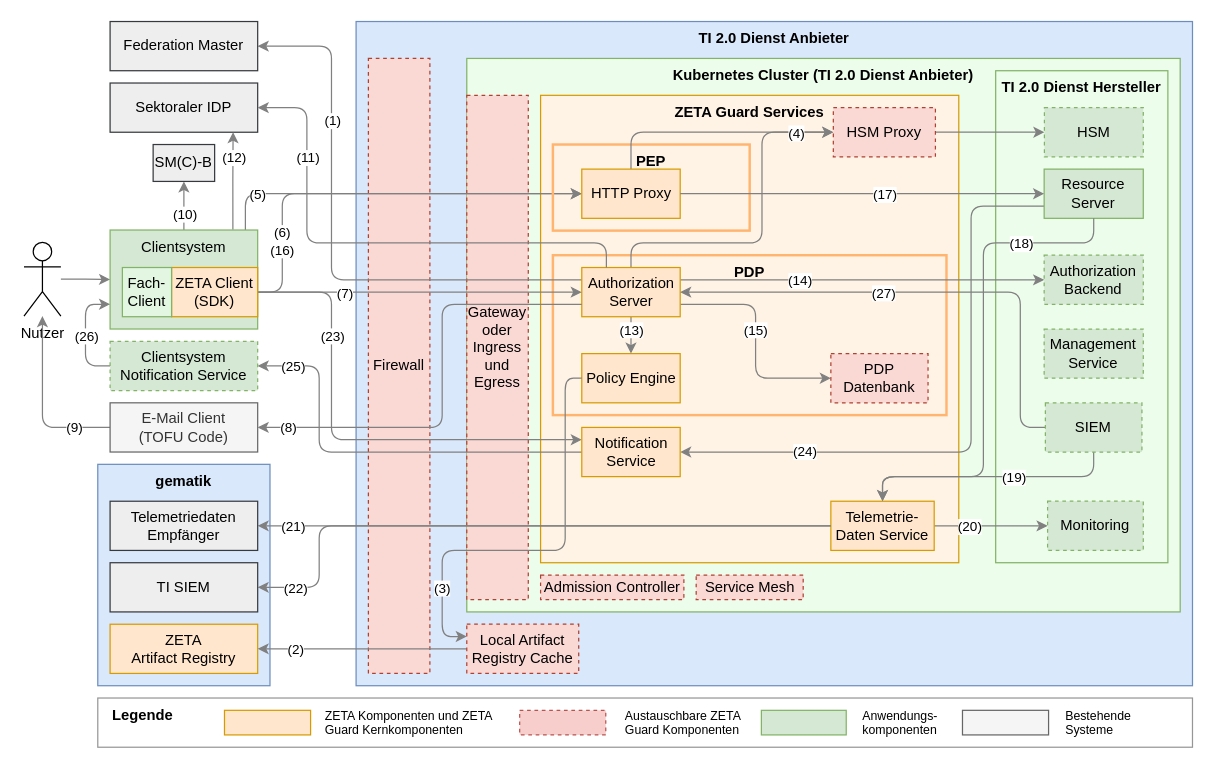
Earlier version of the draw.io diagram src/drawio/Zero-Trust-Architektur.drawio (gematik/zeta). Source tidied: cells renumbered, new cells numbered last; positions are measured from the earlier drawing's top-left corner, leaving out a move shared by most shapes. Both pictures are drawn from the tidied source at 123%, with x=0, y=0 at pixel (23, 21).
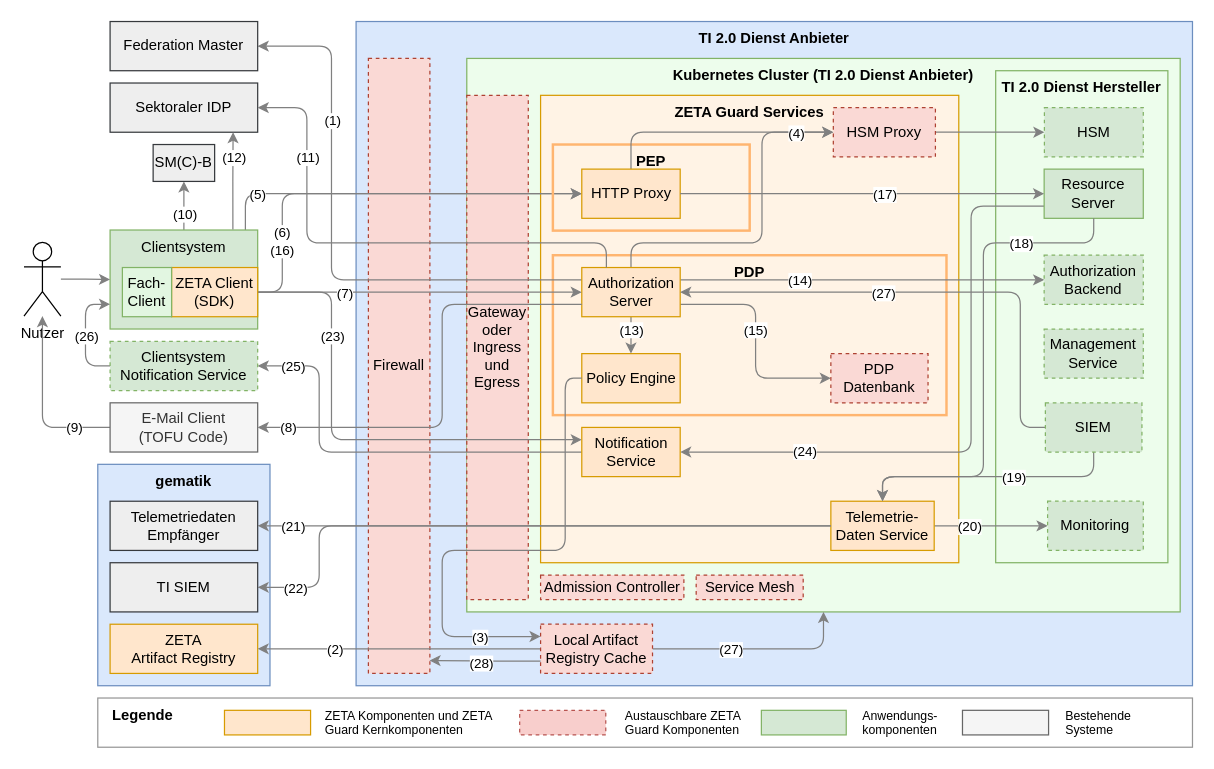
The same page after the edit.

Commit message:
feat: Add two new connections to the Zero-Trust-Architektur diagram.

The change refers to these unchanged cells:
```xml
<mxCell id="3" value="&lt;b&gt;Kubernetes Cluster (&lt;/b&gt;&lt;b&gt;TI 2.0 Dienst Anbieter&lt;/b&gt;&lt;b&gt;)&lt;/b&gt;" style="rounded=0;whiteSpace=wrap;html=1;fillColor=#edfdec;strokeColor=#82b366;align=center;verticalAlign=top;" parent="1" vertex="1">
  <mxGeometry x="360" y="30" width="580" height="450" as="geometry" />
</mxCell>
<mxCell id="7" value="&lt;div&gt;Firewall&lt;/div&gt;" style="rounded=0;whiteSpace=wrap;html=1;verticalAlign=middle;dashed=1;fillColor=#fad9d5;strokeColor=#ae4132;" parent="1" vertex="1">
  <mxGeometry x="280" y="30" width="50" height="500" as="geometry" />
</mxCell>
<mxCell id="22" style="edgeStyle=orthogonalEdgeStyle;rounded=1;jettySize=auto;html=1;entryX=0;entryY=0.25;entryDx=0;entryDy=0;exitX=0;exitY=0.5;exitDx=0;exitDy=0;curved=0;strokeColor=#808080;" parent="1" edge="1" source="6" target="100">
  <mxGeometry relative="1" as="geometry">
    <Array as="points">
      <mxPoint x="440" y="290" />
      <mxPoint x="440" y="430" />
      <mxPoint x="340" y="430" />
      <mxPoint x="340" y="500" />
    </Array>
  </mxGeometry>
</mxCell>
```

Diff of the diagram source:
```diff
@@
     <mxCell id="23" value="(3)" style="edgeLabel;html=1;align=center;verticalAlign=middle;" parent="22" vertex="1">
       <mxGeometry x="0.45" y="-1" relative="1" as="geometry">
-        <mxPoint x="-5" y="31" as="offset" />
+        <mxPoint x="31" y="31" as="offset" />
       </mxGeometry>
     </mxCell>
@@
+    <mxCell id="103" style="edgeStyle=orthogonalEdgeStyle;html=1;entryX=0.5;entryY=1;entryDx=0;entryDy=0;strokeColor=#808080;" parent="1" edge="1" source="100" target="3">
+      <mxGeometry relative="1" as="geometry">
+        <Array as="points">
+          <mxPoint x="650" y="510" />
+        </Array>
+      </mxGeometry>
+    </mxCell>
+    <mxCell id="104" value="(27)" style="edgeLabel;html=1;align=center;verticalAlign=middle;" parent="103" vertex="1">
+      <mxGeometry x="-0.26" relative="1" as="geometry" />
+    </mxCell>
     <mxCell id="100" value="Local Artifact Registry Cache" style="rounded=0;whiteSpace=wrap;html=1;dashed=1;fillColor=#fad9d5;strokeColor=#ae4132;" parent="1" vertex="1">
-      <mxGeometry x="360" y="490" width="91" height="40" as="geometry" />
+      <mxGeometry x="420" y="490" width="91" height="40" as="geometry" />
     </mxCell>
@@
+    <mxCell id="105" style="edgeStyle=orthogonalEdgeStyle;html=1;entryX=0.994;entryY=0.979;entryDx=0;entryDy=0;entryPerimeter=0;strokeColor=#808080;exitX=0;exitY=0.75;exitDx=0;exitDy=0;" parent="1" edge="1" source="100" target="7">
+      <mxGeometry relative="1" as="geometry" />
+    </mxCell>
+    <mxCell id="106" value="(28)" style="edgeLabel;html=1;align=center;verticalAlign=middle;" parent="105" vertex="1">
+      <mxGeometry x="-0.07" y="1" relative="1" as="geometry">
+        <mxPoint x="-7" as="offset" />
+      </mxGeometry>
+    </mxCell>
```
